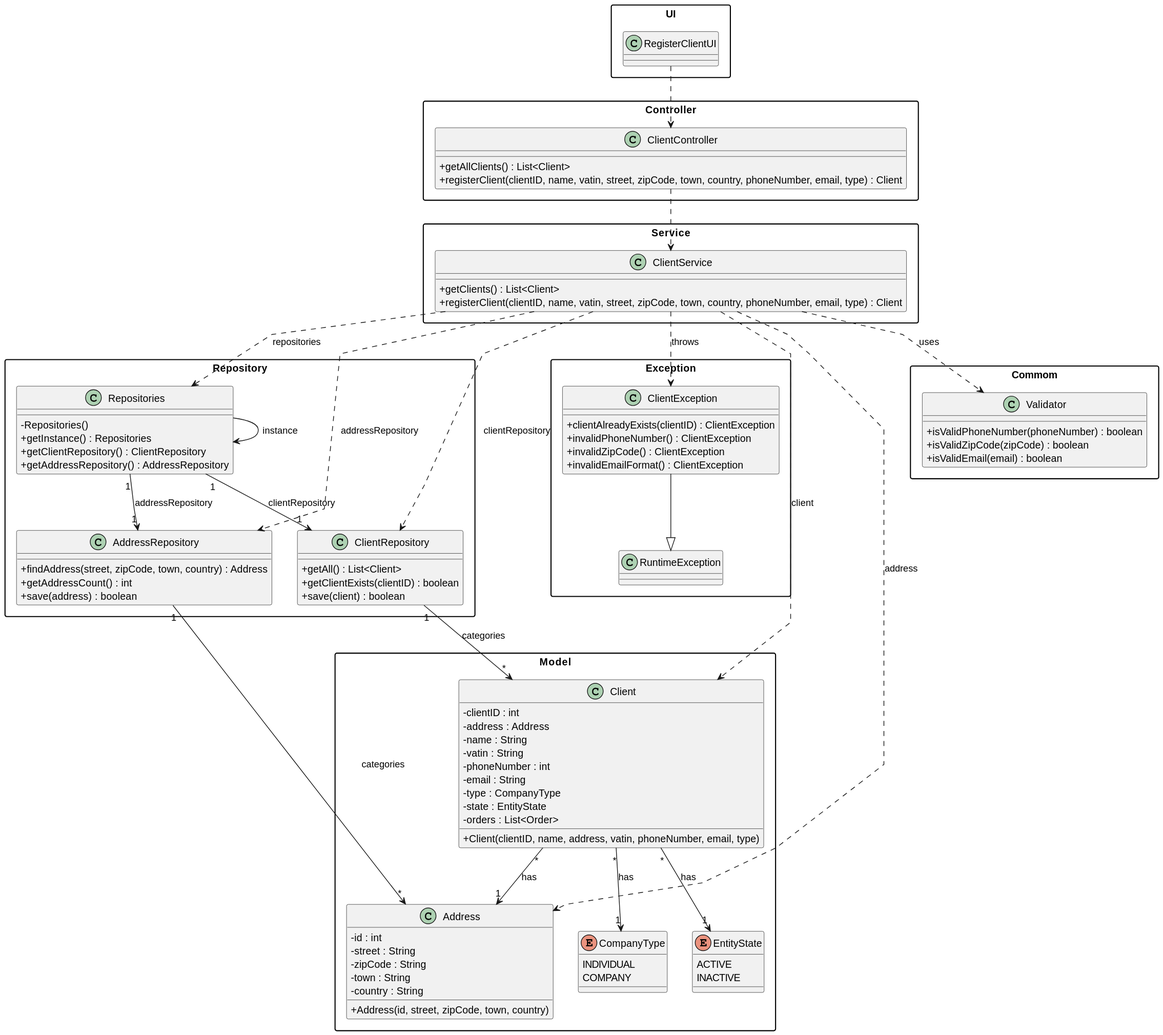
Before: documentation/user-stories/us005/03.design/svg/us005-class-diagram.svg, a diagram exported from PlantUML (daniel41silva05/Production_Control_Industrial_ISEP).
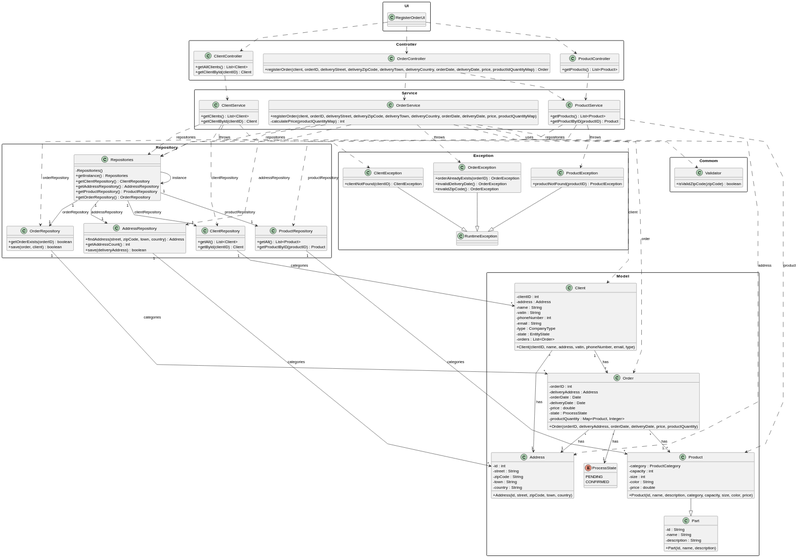
The same file after the commit.

The edit, as a diff of the source:
```diff
@@ -5,21 +5,39 @@
 skinparam classAttributeIconSize 0
 
 package "UI" {
-    class RegisterClientUI {
+    class RegisterOrderUI {
     }
 }
 
 package "Controller" {
     class ClientController {
         +getAllClients() : List<Client>
-        +registerClient(clientID, name, vatin, street, zipCode, town, country, phoneNumber, email, type) : Client
+        +getClientById(clientID) : Client
+    }
+
+    class OrderController {
+        +registerOrder(client, orderID, deliveryStreet, deliveryZipCode, deliveryTown, deliveryCountry, orderDate, deliveryDate, price, productIdQuantityMap) : Order
+    }
+
+    class ProductController {
+        +getProducts() : List<Product>
     }
 }
 
 package "Service" {
     class ClientService {
         +getClients() : List<Client>
-        +registerClient(clientID, name, vatin, street, zipCode, town, country, phoneNumber, email, type) : Client
+        +getClientById(clientID) : Client
+    }
+
+    class OrderService {
+        +registerOrder(client, orderID, deliveryStreet, deliveryZipCode, deliveryTown, deliveryCountry, orderDate, deliveryDate, price, productQuantityMap)
+        -calculatePrice(productQuantityMap) : int
+    }
+
+    class ProductService {
+        +getProducts() : List<Product>
+        +getProductByID(productID) : Product
     }
 }
 
@@ -29,18 +47,29 @@
         +getInstance() : Repositories
         +getClientRepository() : ClientRepository
         +getAddressRepository() : AddressRepository
+        +getProductRepository() : ProductRepository
+        +getOrderRepository() : OrderRepository
     }
 
     class ClientRepository {
         +getAll() : List<Client>
-        +getClientExists(clientID) : boolean
-        +save(client) : boolean
+        +getById(clientID) : Client
     }
 
     class AddressRepository {
         +findAddress(street, zipCode, town, country) : Address
         +getAddressCount() : int
-        +save(address) : boolean
+        +save(deliveryAddress) : boolean
+    }
+
+    class ProductRepository {
+        +getAll() : List<Product>
+        +getProductByID(productID) : Product
+    }
+
+    class OrderRepository {
+        +getOrderExists(orderID) : boolean
+        +save(order, client) : boolean
     }
 }
 
@@ -67,23 +96,52 @@
         +Address(id, street, zipCode, town, country)
     }
 
-    enum CompanyType {
-        INDIVIDUAL
-        COMPANY
+    class Order {
+        -orderID : int
+        -deliveryAddress : Address
+        -orderDate : Date
+        -deliveryDate : Date
+        -price : double
+        -state : ProcessState
+        -productQuantity : Map<Product, Integer>
+        +Order(orderID, deliveryAddress, orderDate, deliveryDate, price, productQuantity)
     }
 
-    enum EntityState {
-        ACTIVE
-        INACTIVE
+    enum ProcessState {
+        PENDING
+        CONFIRMED
+    }
+
+    class Part {
+        -id : String
+        -name : String
+        -description : String
+        +Part(id, name, description)
+    }
+
+    class Product {
+        -category : ProductCategory
+        -capacity : int
+        -size : int
+        -color : String
+        -price : double
+        +Product(id, name, description, category, capacity, size, color, price)
     }
 }
 
 package "Exception" {
     class ClientException {
-        +clientAlreadyExists(clientID) : ClientException
-        +invalidPhoneNumber() : ClientException
-        +invalidZipCode() : ClientException
-        +invalidEmailFormat() : ClientException
+        +clientNotFound(clientID) : ClientException
+    }
+
+    class ProductException {
+        +productNotFound(productID) : ProductException
+    }
+
+    class OrderException {
+        +orderAlreadyExists(orderID) : OrderException
+        +invalidDeliveryDate() : OrderException
+        +invalidZipCode() : OrderException
     }
 
     class RuntimeException
@@ -91,29 +149,49 @@
 
 package "Commom" {
     class Validator {
-        +isValidPhoneNumber(phoneNumber) : boolean
         +isValidZipCode(zipCode) : boolean
-        +isValidEmail(email) : boolean
     }
 }
 
 
-RegisterClientUI ..> ClientController
+RegisterOrderUI ..> ClientController
+RegisterOrderUI ..> OrderController
+RegisterOrderUI ..> ProductController
 ClientController ..> ClientService
+OrderController ..> OrderService
+OrderController ..> ProductService
+ProductController ..> ProductService
 ClientService ..> Repositories : repositories
+OrderService ..> Repositories : repositories
+ProductService ..> Repositories : repositories
 ClientService ..> ClientRepository : clientRepository
-ClientService ..> AddressRepository : addressRepository
+OrderService ..> OrderRepository : orderRepository
+OrderService ..> AddressRepository : addressRepository
+ProductService ..> ProductRepository : productRepository
 ClientService ..> Client : client
-ClientService ..> Address : address
+OrderService ..> Order : order
+OrderService ..> Address : address
+ProductService ..> Product : product
 Repositories --> Repositories : instance
 Repositories "1" --> "1" ClientRepository : clientRepository
 Repositories "1" --> "1" AddressRepository : addressRepository
+Repositories "1" --> "1" OrderRepository : orderRepository
+Repositories "1" --> "1" ProductRepository : productRepository
 ClientRepository "1" --> "*" Client : categories
 AddressRepository "1" --> "*" Address : categories
+OrderRepository "1" --> "*" Order : categories
+ProductRepository "1" --> "*" Product : categories
 Client "*" --> "1" Address : has
-Client "*" --> "1" CompanyType : has
-Client "*" --> "1" EntityState : has
+Client "1" --> "*" Order : has
+Order "*" --> "1" Address : has
+Order "*" --> "1..*" Product : has
+Product --|> Part
+Order "*" --> "1" ProcessState : has
 ClientService ..> ClientException : throws
 ClientException --|> RuntimeException
-ClientService ..> Validator : uses
+OrderService ..> OrderException : throws
+OrderException --|> RuntimeException
+ProductService ..> ProductException : throws
+ProductException --|> RuntimeException
+OrderService ..> Validator : uses
 @enduml
```
